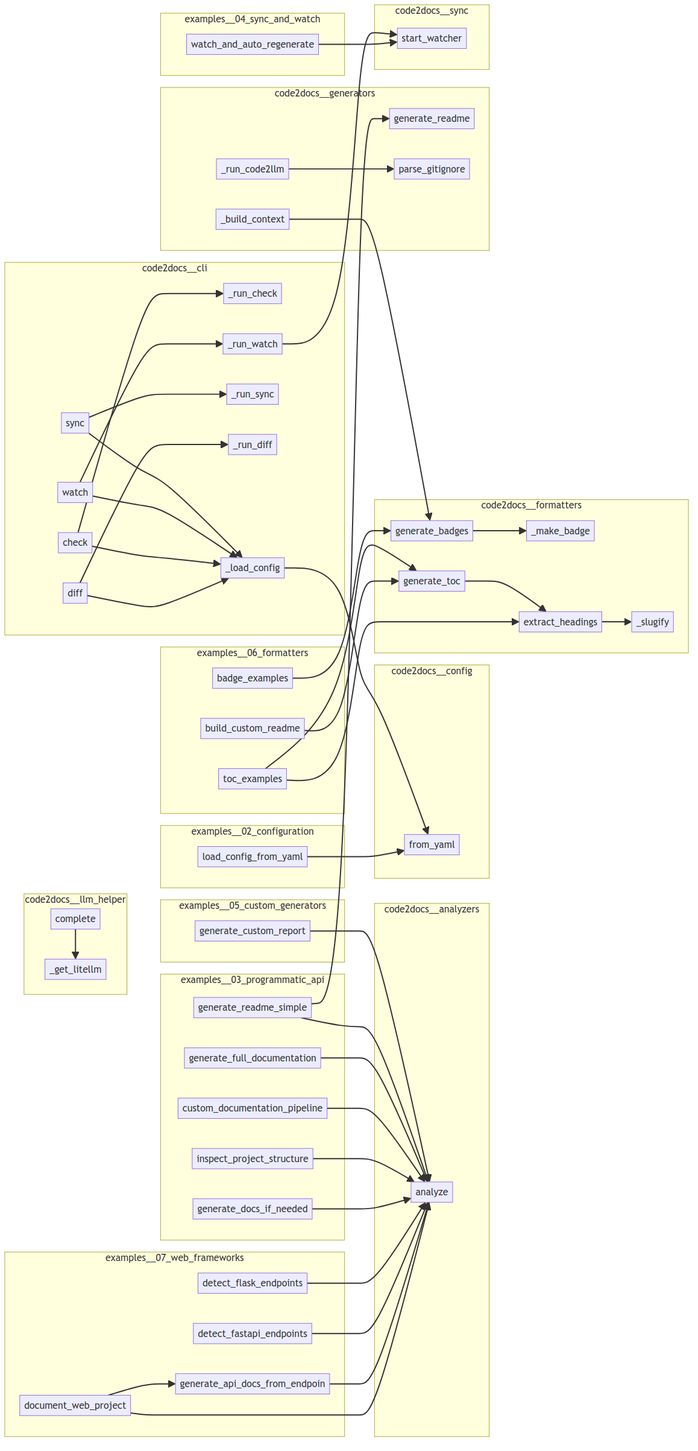
The Mermaid diagram project/calls.png in semcod/code2docs, before a commit. Its source is kept beside it as project/calls.mmd.
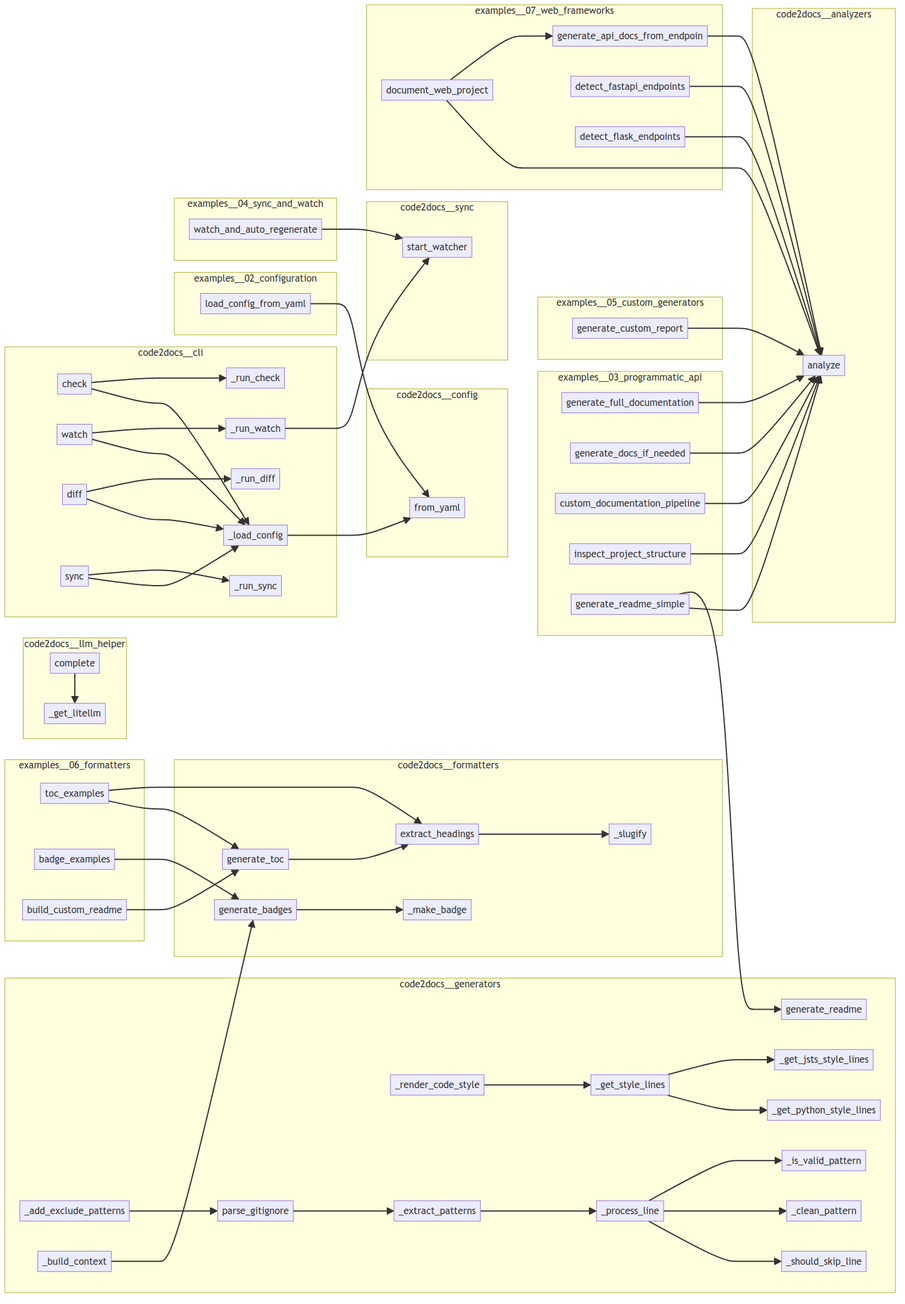
After the change.

What changed in the source:
```diff
@@ -3,30 +3,39 @@
         code2docs__analyzers__project_scanner__ProjectScanner__analyze["analyze"]
     end
     subgraph code2docs__cli
+        code2docs__cli__check["check"]
+        code2docs__cli___load_config["_load_config"]
+        code2docs__cli___run_watch["_run_watch"]
+        code2docs__cli__watch["watch"]
         code2docs__cli___run_check["_run_check"]
-        code2docs__cli___run_watch["_run_watch"]
+        code2docs__cli__diff["diff"]
+        code2docs__cli___run_diff["_run_diff"]
         code2docs__cli__sync["sync"]
         code2docs__cli___run_sync["_run_sync"]
-        code2docs__cli__diff["diff"]
-        code2docs__cli___run_diff["_run_diff"]
-        code2docs__cli___load_config["_load_config"]
-        code2docs__cli__watch["watch"]
-        code2docs__cli__check["check"]
     end
     subgraph code2docs__config
         code2docs__config__Code2DocsConfig__from_yaml["from_yaml"]
     end
     subgraph code2docs__formatters
+        code2docs__formatters__badges__generate_badges["generate_badges"]
+        code2docs__formatters__toc__extract_headings["extract_headings"]
         code2docs__formatters__toc__generate_toc["generate_toc"]
         code2docs__formatters__toc___slugify["_slugify"]
         code2docs__formatters__badges___make_badge["_make_badge"]
-        code2docs__formatters__badges__generate_badges["generate_badges"]
-        code2docs__formatters__toc__extract_headings["extract_headings"]
     end
     subgraph code2docs__generators
+        code2docs__generators__contributing_gen__ContributingGenerator___get_jsts_style_lines["_get_jsts_style_lines"]
+        code2docs__generators__code2llm_gen___process_line["_process_line"]
+        code2docs__generators__contributing_gen__ContributingGenerator___render_code_style["_render_code_style"]
+        code2docs__generators__code2llm_gen___is_valid_pattern["_is_valid_pattern"]
         code2docs__generators__readme_gen__generate_readme["generate_readme"]
-        code2docs__generators__code2llm_gen__Code2LlmGenerator___run_code2llm["_run_code2llm"]
+        code2docs__generators__code2llm_gen___clean_pattern["_clean_pattern"]
+        code2docs__generators__contributing_gen__ContributingGenerator___get_python_style_lines["_get_python_style_lines"]
         code2docs__generators__code2llm_gen__parse_gitignore["parse_gitignore"]
+        code2docs__generators__code2llm_gen__Code2LlmGenerator___add_exclude_patterns["_add_exclude_patterns"]
+        code2docs__generators__code2llm_gen___extract_patterns["_extract_patterns"]
+        code2docs__generators__contributing_gen__ContributingGenerator___get_style_lines["_get_style_lines"]
+        code2docs__generators__code2llm_gen___should_skip_line["_should_skip_line"]
         code2docs__generators__readme_gen__ReadmeGenerator___build_context["_build_context"]
     end
     subgraph code2docs__llm_helper
@@ -40,11 +49,11 @@
         examples__02_configuration__load_config_from_yaml["load_config_from_yaml"]
     end
     subgraph examples__03_programmatic_api
+        examples__03_programmatic_api__generate_full_documentation["generate_full_documentation"]
+        examples__03_programmatic_api__generate_docs_if_needed["generate_docs_if_needed"]
+        examples__03_programmatic_api__custom_documentation_pipeline["custom_documentation_pipeline"]
         examples__03_programmatic_api__inspect_project_structure["inspect_project_structure"]
-        examples__03_programmatic_api__custom_documentation_pipeline["custom_documentation_pipeline"]
-        examples__03_programmatic_api__generate_full_documentation["generate_full_documentation"]
         examples__03_programmatic_api__generate_readme_simple["generate_readme_simple"]
-        examples__03_programmatic_api__generate_docs_if_needed["generate_docs_if_needed"]
     end
     subgraph examples__04_sync_and_watch
         examples__04_sync_and_watch__watch_and_auto_regenerate["watch_and_auto_regenerate"]
@@ -53,21 +62,20 @@
         examples__05_custom_generators__generate_custom_report["generate_custom_report"]
     end
     subgraph examples__06_formatters
+        examples__06_formatters__toc_examples["toc_examples"]
         examples__06_formatters__badge_examples["badge_examples"]
         examples__06_formatters__build_custom_readme["build_custom_readme"]
-        examples__06_formatters__toc_examples["toc_examples"]
     end
     subgraph examples__07_web_frameworks
+        examples__07_web_frameworks__generate_api_docs_from_endpoints["generate_api_docs_from_endpoin"]
+        examples__07_web_frameworks__document_web_project["document_web_project"]
+        examples__07_web_frameworks__detect_fastapi_endpoints["detect_fastapi_endpoints"]
         examples__07_web_frameworks__detect_flask_endpoints["detect_flask_endpoints"]
-        examples__07_web_frameworks__detect_fastapi_endpoints["detect_fastapi_endpoints"]
-        examples__07_web_frameworks__document_web_project["document_web_project"]
-        examples__07_web_frameworks__generate_api_docs_from_endpoints["generate_api_docs_from_endpoin"]
     end
     code2docs__formatters__badges__generate_badges --> code2docs__formatters__badges___make_badge
     code2docs__formatters__toc__generate_toc --> code2docs__formatters__toc__extract_headings
     code2docs__formatters__toc__extract_headings --> code2docs__formatters__toc___slugify
     code2docs__generators__readme_gen__ReadmeGenerator___build_context --> code2docs__formatters__badges__generate_badges
-    code2docs__generators__code2llm_gen__Code2LlmGenerator___run_code2llm --> code2docs__generators__code2llm_gen__parse_gitignore
     code2docs__cli__sync --> code2docs__cli___load_config
     code2docs__cli__sync --> code2docs__cli___run_sync
     code2docs__cli__watch --> code2docs__cli___load_config
@@ -78,6 +86,15 @@
     code2docs__cli__diff --> code2docs__cli___run_diff
     code2docs__cli___load_config --> code2docs__config__Code2DocsConfig__from_yaml
     code2docs__cli___run_watch --> code2docs__sync__watcher__start_watcher
+    code2docs__generators__code2llm_gen__parse_gitignore --> code2docs__generators__code2llm_gen___extract_patterns
+    code2docs__generators__code2llm_gen___extract_patterns --> code2docs__generators__code2llm_gen___process_line
+    code2docs__generators__code2llm_gen___process_line --> code2docs__generators__code2llm_gen___should_skip_line
+    code2docs__generators__code2llm_gen___process_line --> code2docs__generators__code2llm_gen___clean_pattern
+    code2docs__generators__code2llm_gen___process_line --> code2docs__generators__code2llm_gen___is_valid_pattern
+    code2docs__generators__code2llm_gen__Code2LlmGenerator___add_exclude_patterns --> code2docs__generators__code2llm_gen__parse_gitignore
+    code2docs__generators__contributing_gen__ContributingGenerator___render_code_style --> code2docs__generators__contributing_gen__ContributingGenerator___get_style_lines
+    code2docs__generators__contributing_gen__ContributingGenerator___get_style_lines --> code2docs__generators__contributing_gen__ContributingGenerator___get_python_style_lines
+    code2docs__generators__contributing_gen__ContributingGenerator___get_style_lines --> code2docs__generators__contributing_gen__ContributingGenerator___get_jsts_style_lines
     examples__04_sync_and_watch__watch_and_auto_regenerate --> code2docs__sync__watcher__start_watcher
     examples__05_custom_generators__generate_custom_report --> code2docs__analyzers__project_scanner__ProjectScanner__analyze
     examples__06_formatters__badge_examples --> code2docs__formatters__badges__generate_badges
```
